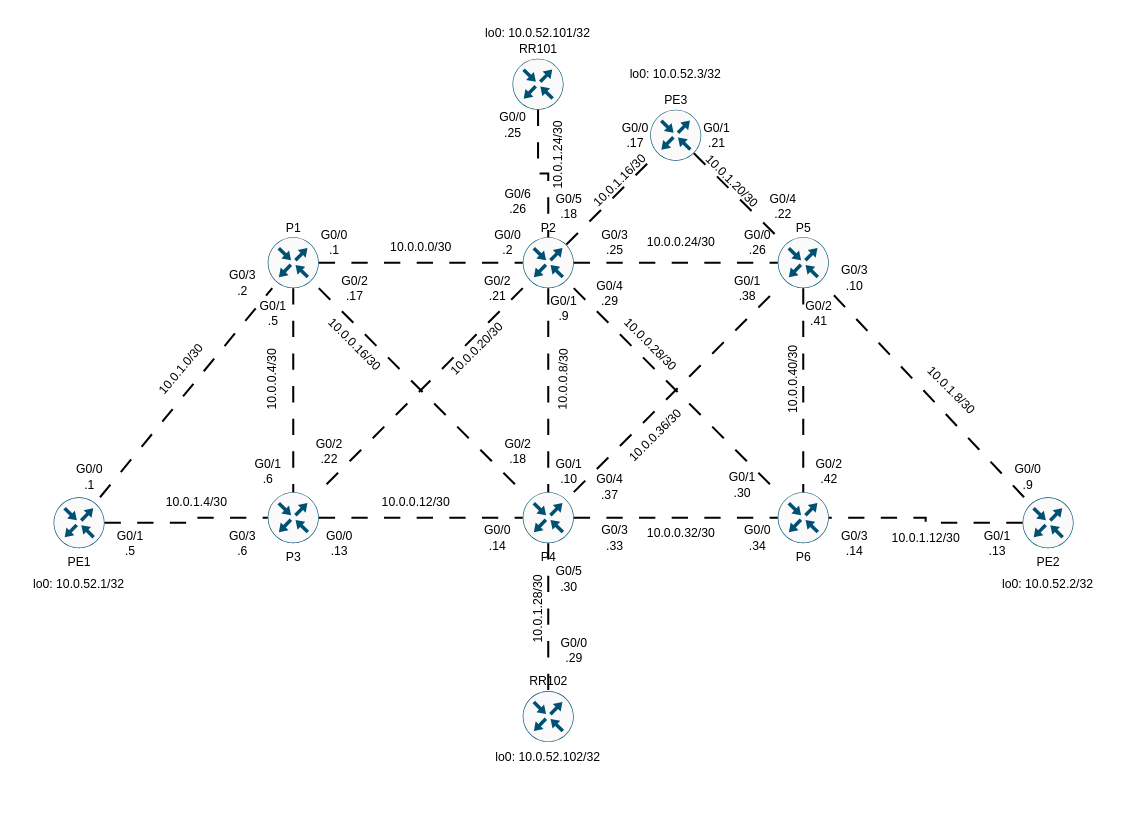
Before: page "Added Route Reflectors" (8 of 8) of eve-ng-labs/001-ISP-MPLS-Lab/ISP-MPLS-Lab-Diagram.drawio in roxron/networking-labs, a draw.io diagram. Source tidied: cells renumbered, new cells numbered last; positions are measured from the earlier drawing's top-left corner, leaving out a move shared by most shapes. Both pictures are drawn from the tidied source at 102%, with x=0, y=0 at pixel (17, 17).
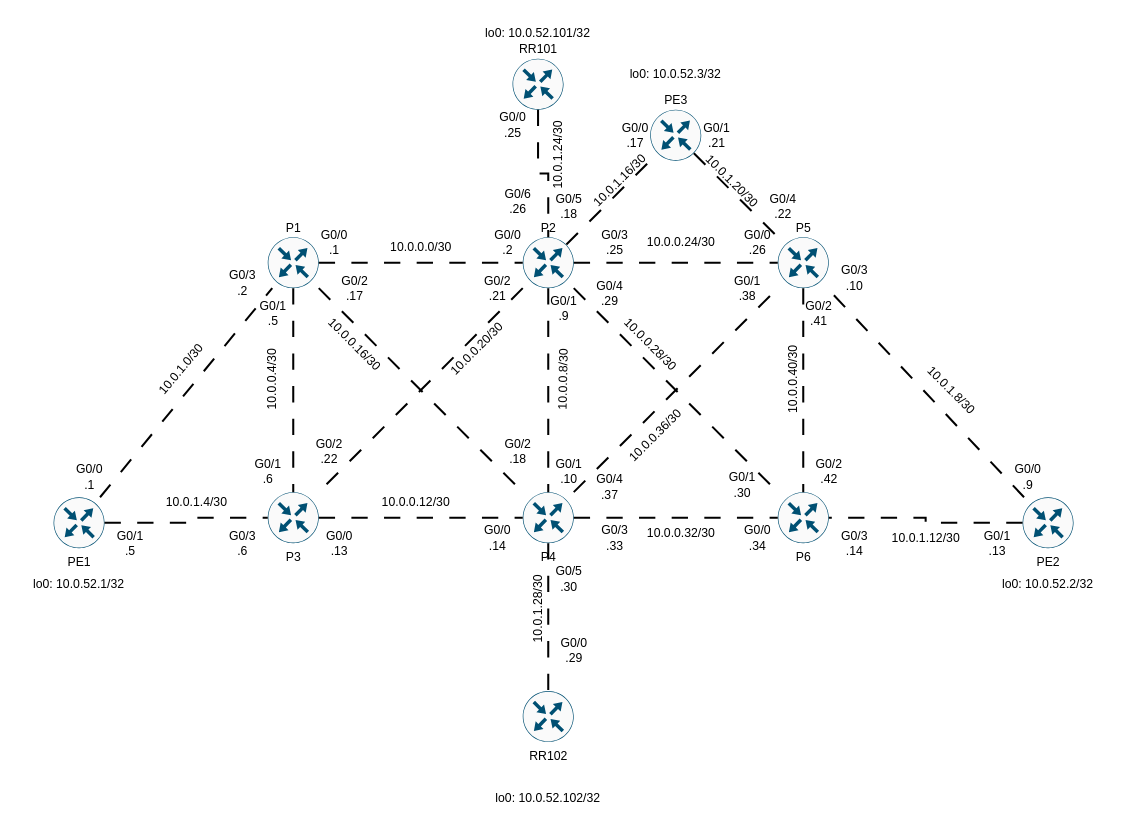
After the change.

Commit message:
Adjust RR102 diagram label placement

Change to the diagram source:
```diff
@@
-    <mxCell id="83" value="RR102" style="sketch=0;points=[[0.5,0,0],[1,0.5,0],[0.5,1,0],[0,0.5,0],[0.145,0.145,0],[0.8555,0.145,0],[0.855,0.8555,0],[0.145,0.855,0]];verticalLabelPosition=top;html=1;verticalAlign=bottom;align=center;shape=mxgraph.cisco19.rect;prIcon=router;fillColor=#FAFAFA;strokeColor=#005073;" parent="1" vertex="1">
+    <mxCell id="83" value="RR102" style="sketch=0;points=[[0.5,0,0],[1,0.5,0],[0.5,1,0],[0,0.5,0],[0.145,0.145,0],[0.8555,0.145,0],[0.855,0.8555,0],[0.145,0.855,0]];verticalLabelPosition=bottom;html=1;verticalAlign=top;align=center;shape=mxgraph.cisco19.rect;prIcon=router;fillColor=#FAFAFA;strokeColor=#005073;" parent="1" vertex="1">
       <mxGeometry x="495" y="660" width="50" height="50" as="geometry" />
     </mxCell>
@@
     <mxCell id="93" value="lo0: 10.0.52.102/32" style="text;html=1;whiteSpace=wrap;strokeColor=none;fillColor=none;align=center;verticalAlign=middle;rounded=0;" parent="1" vertex="1">
-      <mxGeometry x="450" y="710" width="140" height="30" as="geometry" />
+      <mxGeometry x="450" y="750" width="140" height="30" as="geometry" />
     </mxCell>
```
